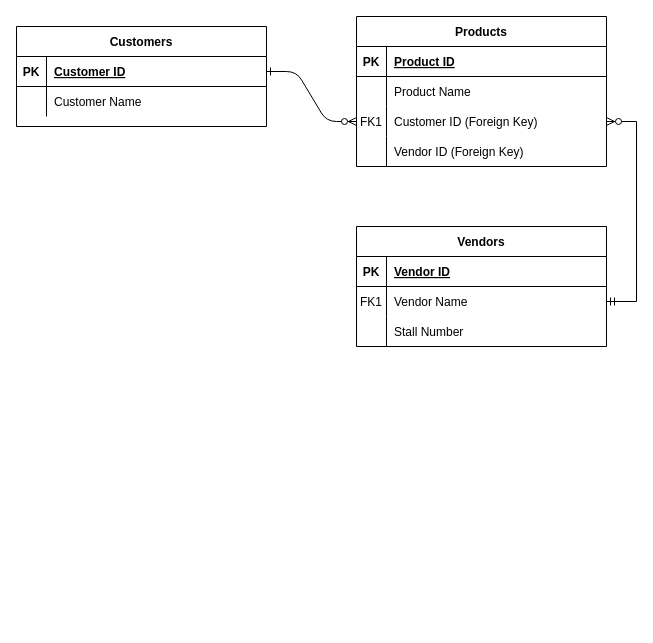
Earlier version of the draw.io diagram Untitled Diagram.drawio (kitanablade/farmers-market-manager). Source tidied: cells renumbered, new cells numbered last; positions are measured from the earlier drawing's top-left corner, leaving out a move shared by most shapes. Both pictures are drawn from the tidied source at 100%, with x=0, y=0 at pixel (16, 16).
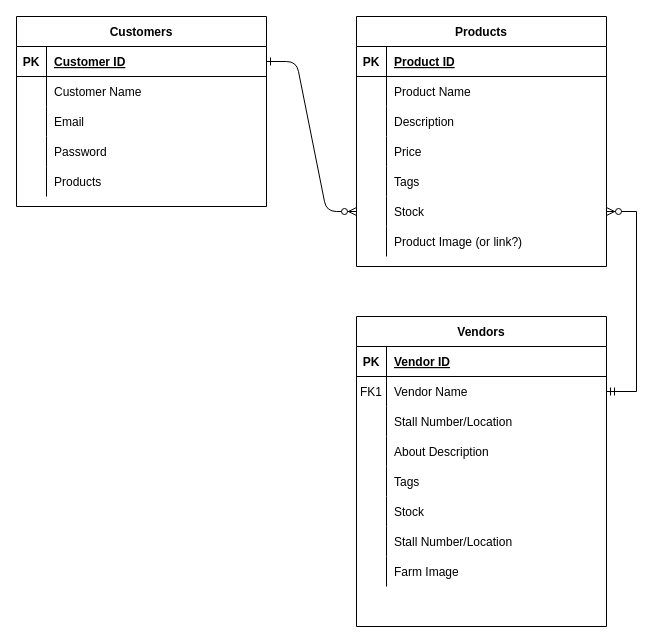
The same diagram, later.

Unchanged cells that the change refers to:
```xml
<mxCell id="23" style="shape=partialRectangle;fillColor=none;top=0;left=0;right=0;bottom=0;" parent="16" vertex="1">
  <mxGeometry y="90" width="250" height="30" as="geometry" />
</mxCell>
```

Change to the diagram source:
```diff
@@
     <mxCell id="3" value="Products" style="shape=table;startSize=30;childLayout=tableLayout;rowLines=0;fontStyle=1;align=center;" parent="1" vertex="1">
-      <mxGeometry x="340" width="250" height="150" as="geometry" />
+      <mxGeometry x="340" width="250" height="250" as="geometry" />
     </mxCell>
@@
+    <mxCell id="34" style="shape=partialRectangle;fillColor=none;top=0;left=0;right=0;bottom=0;" parent="3" vertex="1">
+      <mxGeometry y="90" width="250" height="30" as="geometry" />
+    </mxCell>
+    <mxCell id="35" style="shape=partialRectangle;overflow=hidden;fillColor=none;top=0;left=0;bottom=0;right=0;" parent="34" vertex="1">
+      <mxGeometry width="30" height="30" as="geometry" />
+    </mxCell>
+    <mxCell id="36" value="Description" style="shape=partialRectangle;overflow=hidden;fillColor=none;top=0;left=0;bottom=0;right=0;align=left;spacingLeft=6;" parent="34" vertex="1">
+      <mxGeometry x="30" width="220" height="30" as="geometry" />
+    </mxCell>
+    <mxCell id="37" style="shape=partialRectangle;fillColor=none;top=0;left=0;right=0;bottom=0;" parent="3" vertex="1">
+      <mxGeometry y="120" width="250" height="30" as="geometry" />
+    </mxCell>
+    <mxCell id="38" style="shape=partialRectangle;overflow=hidden;fillColor=none;top=0;left=0;bottom=0;right=0;" parent="37" vertex="1">
+      <mxGeometry width="30" height="30" as="geometry" />
+    </mxCell>
+    <mxCell id="39" value="Price" style="shape=partialRectangle;overflow=hidden;fillColor=none;top=0;left=0;bottom=0;right=0;align=left;spacingLeft=6;" parent="37" vertex="1">
+      <mxGeometry x="30" width="220" height="30" as="geometry" />
+    </mxCell>
+    <mxCell id="13" style="shape=partialRectangle;fillColor=none;top=0;left=0;right=0;bottom=0;" parent="3" vertex="1">
+      <mxGeometry y="150" width="250" height="30" as="geometry" />
+    </mxCell>
+    <mxCell id="14" style="shape=partialRectangle;overflow=hidden;fillColor=none;top=0;left=0;bottom=0;right=0;" parent="13" vertex="1">
+      <mxGeometry width="30" height="30" as="geometry" />
+    </mxCell>
+    <mxCell id="15" value="Tags" style="shape=partialRectangle;overflow=hidden;fillColor=none;top=0;left=0;bottom=0;right=0;align=left;spacingLeft=6;" parent="13" vertex="1">
+      <mxGeometry x="30" width="220" height="30" as="geometry" />
+    </mxCell>
     <mxCell id="10" style="shape=partialRectangle;fillColor=none;points=[[0,0.5],[1,0.5]];portConstraint=eastwest;top=0;left=0;right=0;bottom=0;" parent="3" vertex="1">
-      <mxGeometry y="90" width="250" height="30" as="geometry" />
+      <mxGeometry y="180" width="250" height="30" as="geometry" />
     </mxCell>
-    <mxCell id="11" value="FK1" style="shape=partialRectangle;overflow=hidden;fillColor=none;top=0;left=0;bottom=0;right=0;" parent="10" vertex="1">
+    <mxCell id="11" style="shape=partialRectangle;overflow=hidden;fillColor=none;top=0;left=0;bottom=0;right=0;" parent="10" vertex="1">
       <mxGeometry width="30" height="30" as="geometry" />
     </mxCell>
-    <mxCell id="12" value="Customer ID (Foreign Key)" style="shape=partialRectangle;overflow=hidden;fillColor=none;top=0;left=0;bottom=0;right=0;align=left;spacingLeft=6;" parent="10" vertex="1">
+    <mxCell id="12" value="Stock" style="shape=partialRectangle;overflow=hidden;fillColor=none;top=0;left=0;bottom=0;right=0;align=left;spacingLeft=6;" parent="10" vertex="1">
       <mxGeometry x="30" width="220" height="30" as="geometry" />
     </mxCell>
-    <mxCell id="13" style="shape=partialRectangle;fillColor=none;top=0;left=0;right=0;bottom=0;" parent="3" vertex="1">
-      <mxGeometry y="120" width="250" height="30" as="geometry" />
-    </mxCell>
-    <mxCell id="14" style="shape=partialRectangle;overflow=hidden;fillColor=none;top=0;left=0;bottom=0;right=0;" parent="13" vertex="1">
-      <mxGeometry width="30" height="30" as="geometry" />
-    </mxCell>
-    <mxCell id="15" value="Vendor ID (Foreign Key)" style="shape=partialRectangle;overflow=hidden;fillColor=none;top=0;left=0;bottom=0;right=0;align=left;spacingLeft=6;" parent="13" vertex="1">
-      <mxGeometry x="30" width="220" height="30" as="geometry" />
-    </mxCell>
+    <mxCell id="40" style="shape=partialRectangle;fillColor=none;top=0;left=0;right=0;bottom=0;" parent="3" vertex="1">
+      <mxGeometry y="210" width="250" height="30" as="geometry" />
+    </mxCell>
+    <mxCell id="41" style="shape=partialRectangle;overflow=hidden;fillColor=none;top=0;left=0;bottom=0;right=0;" parent="40" vertex="1">
+      <mxGeometry width="30" height="30" as="geometry" />
+    </mxCell>
+    <mxCell id="42" value="Product Image (or link?)" style="shape=partialRectangle;overflow=hidden;fillColor=none;top=0;left=0;bottom=0;right=0;align=left;spacingLeft=6;" parent="40" vertex="1">
+      <mxGeometry x="30" width="220" height="30" as="geometry" />
+    </mxCell>
     <mxCell id="16" value="Vendors" style="shape=table;startSize=30;childLayout=tableLayout;rowLines=0;fontStyle=1;align=center;" parent="1" vertex="1">
-      <mxGeometry x="340" y="210" width="250" height="120" as="geometry" />
+      <mxGeometry x="340" y="300" width="250" height="310" as="geometry" />
     </mxCell>
@@
-    <mxCell id="25" value="Stall Number" style="shape=partialRectangle;overflow=hidden;fillColor=none;top=0;left=0;bottom=0;right=0;align=left;spacingLeft=6;" parent="23" vertex="1">
+    <mxCell id="25" value="Stall Number/Location" style="shape=partialRectangle;overflow=hidden;fillColor=none;top=0;left=0;bottom=0;right=0;align=left;spacingLeft=6;" parent="23" vertex="1">
       <mxGeometry x="30" width="220" height="30" as="geometry" />
     </mxCell>
+    <mxCell id="43" style="shape=partialRectangle;fillColor=none;top=0;left=0;right=0;bottom=0;" parent="16" vertex="1">
+      <mxGeometry y="120" width="250" height="30" as="geometry" />
+    </mxCell>
+    <mxCell id="44" style="shape=partialRectangle;overflow=hidden;fillColor=none;top=0;left=0;bottom=0;right=0;" parent="43" vertex="1">
+      <mxGeometry width="30" height="30" as="geometry" />
+    </mxCell>
+    <mxCell id="45" value="About Description" style="shape=partialRectangle;overflow=hidden;fillColor=none;top=0;left=0;bottom=0;right=0;align=left;spacingLeft=6;" parent="43" vertex="1">
+      <mxGeometry x="30" width="220" height="30" as="geometry" />
+    </mxCell>
+    <mxCell id="46" style="shape=partialRectangle;fillColor=none;top=0;left=0;right=0;bottom=0;" parent="16" vertex="1">
+      <mxGeometry y="150" width="250" height="30" as="geometry" />
+    </mxCell>
+    <mxCell id="47" style="shape=partialRectangle;overflow=hidden;fillColor=none;top=0;left=0;bottom=0;right=0;" parent="46" vertex="1">
+      <mxGeometry width="30" height="30" as="geometry" />
+    </mxCell>
+    <mxCell id="48" value="Tags" style="shape=partialRectangle;overflow=hidden;fillColor=none;top=0;left=0;bottom=0;right=0;align=left;spacingLeft=6;" parent="46" vertex="1">
+      <mxGeometry x="30" width="220" height="30" as="geometry" />
+    </mxCell>
+    <mxCell id="49" style="shape=partialRectangle;fillColor=none;top=0;left=0;right=0;bottom=0;" parent="16" vertex="1">
+      <mxGeometry y="180" width="250" height="30" as="geometry" />
+    </mxCell>
+    <mxCell id="50" style="shape=partialRectangle;overflow=hidden;fillColor=none;top=0;left=0;bottom=0;right=0;" parent="49" vertex="1">
+      <mxGeometry width="30" height="30" as="geometry" />
+    </mxCell>
+    <mxCell id="51" value="Stock" style="shape=partialRectangle;overflow=hidden;fillColor=none;top=0;left=0;bottom=0;right=0;align=left;spacingLeft=6;" parent="49" vertex="1">
+      <mxGeometry x="30" width="220" height="30" as="geometry" />
+    </mxCell>
+    <mxCell id="52" style="shape=partialRectangle;fillColor=none;top=0;left=0;right=0;bottom=0;" parent="16" vertex="1">
+      <mxGeometry y="210" width="250" height="30" as="geometry" />
+    </mxCell>
+    <mxCell id="53" style="shape=partialRectangle;overflow=hidden;fillColor=none;top=0;left=0;bottom=0;right=0;" parent="52" vertex="1">
+      <mxGeometry width="30" height="30" as="geometry" />
+    </mxCell>
+    <mxCell id="54" value="Stall Number/Location" style="shape=partialRectangle;overflow=hidden;fillColor=none;top=0;left=0;bottom=0;right=0;align=left;spacingLeft=6;" parent="52" vertex="1">
+      <mxGeometry x="30" width="220" height="30" as="geometry" />
+    </mxCell>
+    <mxCell id="55" style="shape=partialRectangle;fillColor=none;top=0;left=0;right=0;bottom=0;" parent="16" vertex="1">
+      <mxGeometry y="240" width="250" height="30" as="geometry" />
+    </mxCell>
+    <mxCell id="56" style="shape=partialRectangle;overflow=hidden;fillColor=none;top=0;left=0;bottom=0;right=0;" parent="55" vertex="1">
+      <mxGeometry width="30" height="30" as="geometry" />
+    </mxCell>
+    <mxCell id="57" value="Farm Image" style="shape=partialRectangle;overflow=hidden;fillColor=none;top=0;left=0;bottom=0;right=0;align=left;spacingLeft=6;" parent="55" vertex="1">
+      <mxGeometry x="30" width="220" height="30" as="geometry" />
+    </mxCell>
     <mxCell id="26" value="Customers" style="shape=table;startSize=30;childLayout=tableLayout;rowLines=0;fontStyle=1;align=center;" parent="1" vertex="1">
-      <mxGeometry y="10" width="250" height="100" as="geometry" />
+      <mxGeometry width="250" height="190" as="geometry" />
     </mxCell>
@@
+    <mxCell id="58" style="shape=partialRectangle;fillColor=none;top=0;left=0;right=0;bottom=0;" parent="26" vertex="1">
+      <mxGeometry y="90" width="250" height="30" as="geometry" />
+    </mxCell>
+    <mxCell id="59" style="shape=partialRectangle;overflow=hidden;fillColor=none;top=0;left=0;bottom=0;right=0;" parent="58" vertex="1">
+      <mxGeometry width="30" height="30" as="geometry" />
+    </mxCell>
+    <mxCell id="60" value="Email" style="shape=partialRectangle;overflow=hidden;fillColor=none;top=0;left=0;bottom=0;right=0;align=left;spacingLeft=6;" parent="58" vertex="1">
+      <mxGeometry x="30" width="220" height="30" as="geometry" />
+    </mxCell>
+    <mxCell id="61" style="shape=partialRectangle;fillColor=none;top=0;left=0;right=0;bottom=0;" parent="26" vertex="1">
+      <mxGeometry y="120" width="250" height="30" as="geometry" />
+    </mxCell>
+    <mxCell id="62" style="shape=partialRectangle;overflow=hidden;fillColor=none;top=0;left=0;bottom=0;right=0;" parent="61" vertex="1">
+      <mxGeometry width="30" height="30" as="geometry" />
+    </mxCell>
+    <mxCell id="63" value="Password" style="shape=partialRectangle;overflow=hidden;fillColor=none;top=0;left=0;bottom=0;right=0;align=left;spacingLeft=6;" parent="61" vertex="1">
+      <mxGeometry x="30" width="220" height="30" as="geometry" />
+    </mxCell>
+    <mxCell id="64" style="shape=partialRectangle;fillColor=none;top=0;left=0;right=0;bottom=0;" parent="26" vertex="1">
+      <mxGeometry y="150" width="250" height="30" as="geometry" />
+    </mxCell>
+    <mxCell id="65" style="shape=partialRectangle;overflow=hidden;fillColor=none;top=0;left=0;bottom=0;right=0;" parent="64" vertex="1">
+      <mxGeometry width="30" height="30" as="geometry" />
+    </mxCell>
+    <mxCell id="66" value="Products" style="shape=partialRectangle;overflow=hidden;fillColor=none;top=0;left=0;bottom=0;right=0;align=left;spacingLeft=6;" parent="64" vertex="1">
+      <mxGeometry x="30" width="220" height="30" as="geometry" />
+    </mxCell>
```
